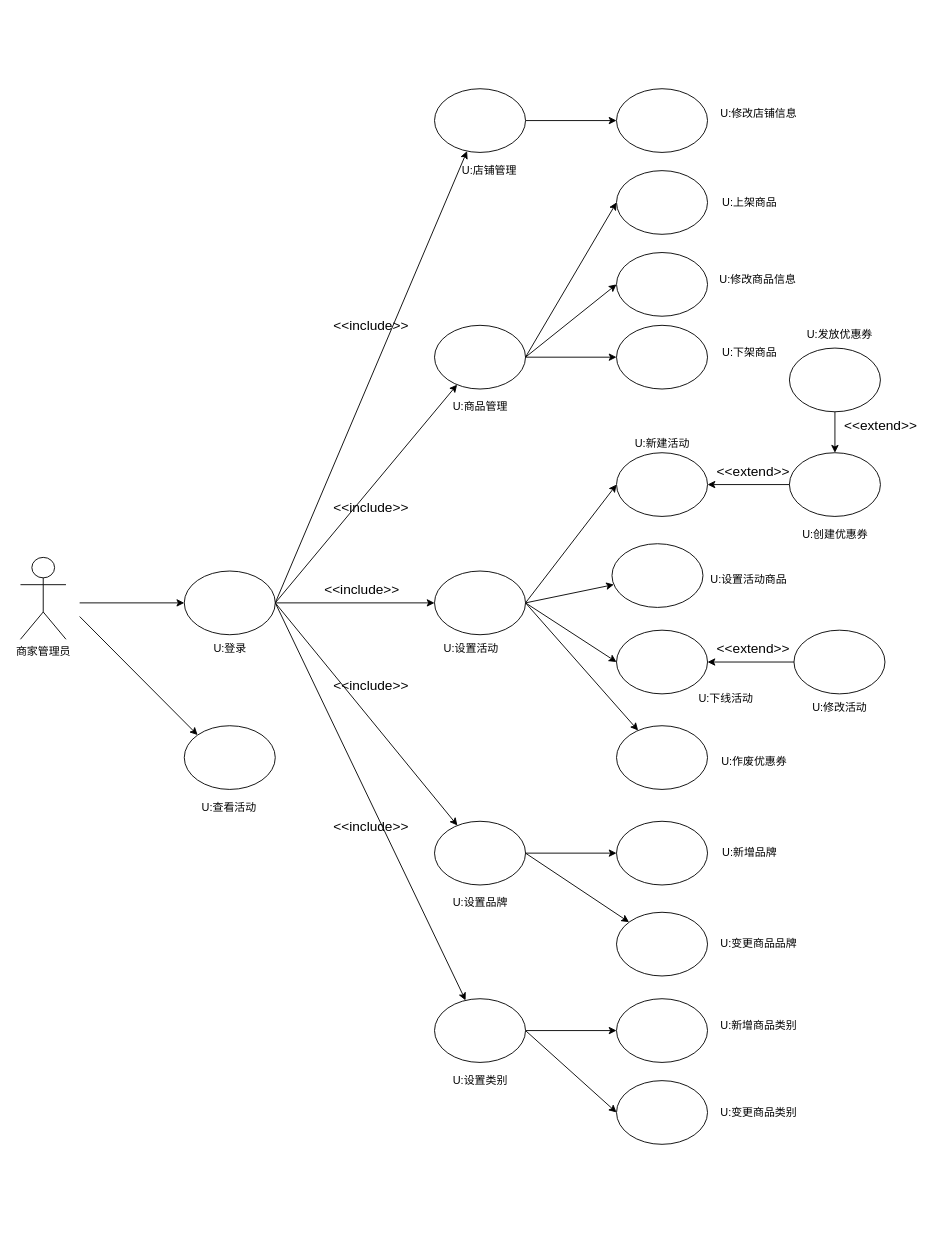
Above: 软工导论小组作业/需求建模之用例模型（商品模块-商家管理员）.drawio in app1echip/grams (draw.io), before the change. Source tidied: cells renumbered, new cells numbered last; positions are measured from the earlier drawing's top-left corner, leaving out a move shared by most shapes. Both pictures are drawn from the tidied source at 91%, with x=0, y=0 at pixel (20, 88).
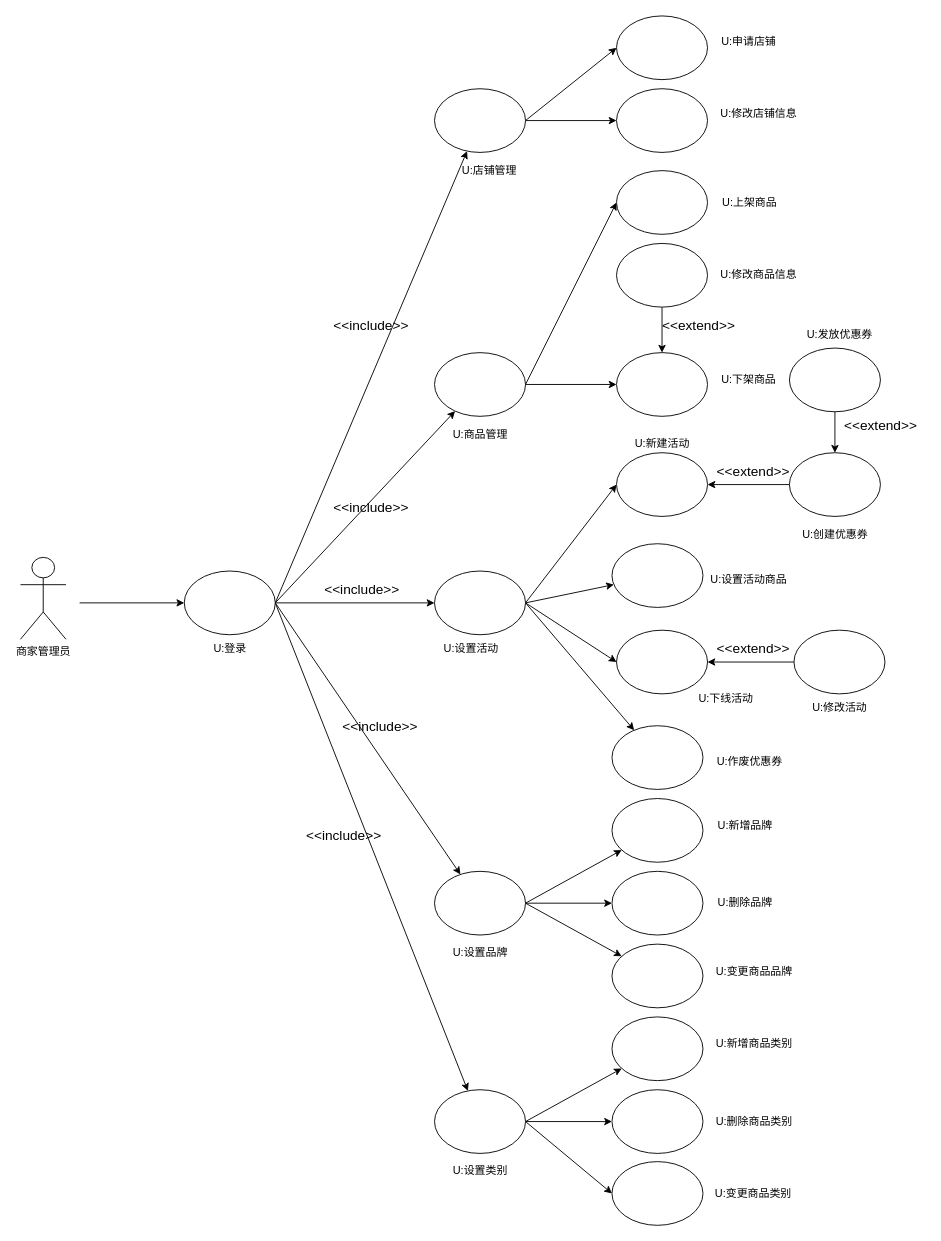
The same page after the edit.

Commit message:
Update 需求建模之用例模型（商品模块-商家管理员）.drawio

Unchanged cells that the change refers to:
```xml
<mxCell id="16" style="ellipse;whiteSpace=wrap;html=1;" parent="1" vertex="1">
  <mxGeometry x="455" width="100" height="70" as="geometry" />
</mxCell>
```

Change to the diagram source:
```diff
@@
     <mxCell id="5" style="ellipse;whiteSpace=wrap;html=1;" parent="1" vertex="1">
-      <mxGeometry x="455" y="260" width="100" height="70" as="geometry" />
+      <mxGeometry x="455" y="290" width="100" height="70" as="geometry" />
     </mxCell>
@@
     <mxCell id="7" style="ellipse;whiteSpace=wrap;html=1;" parent="1" vertex="1">
-      <mxGeometry x="655" y="260" width="100" height="70" as="geometry" />
+      <mxGeometry x="655" y="290" width="100" height="70" as="geometry" />
     </mxCell>
@@
-    <mxCell id="12" style="edgeStyle=none;rounded=0;jettySize=auto;html=1;startArrow=classic;startFill=1;endArrow=none;endFill=0;exitX=0;exitY=0;exitDx=0;exitDy=0;" parent="1" edge="1" source="13">
-      <mxGeometry relative="1" as="geometry">
-        <mxPoint x="65" y="580" as="targetPoint" />
-      </mxGeometry>
-    </mxCell>
-    <mxCell id="13" style="ellipse;whiteSpace=wrap;html=1;" parent="1" vertex="1">
-      <mxGeometry x="180" y="700" width="100" height="70" as="geometry" />
-    </mxCell>
@@
+    <mxCell id="77" style="rounded=0;jettySize=auto;html=1;entryX=0;entryY=0.5;entryDx=0;entryDy=0;exitX=1;exitY=0.5;exitDx=0;exitDy=0;" parent="1" edge="1" source="16" target="82">
+      <mxGeometry relative="1" as="geometry" />
+    </mxCell>
@@
     <mxCell id="18" style="ellipse;whiteSpace=wrap;html=1;" parent="1" vertex="1">
-      <mxGeometry x="655" y="1000" width="100" height="70" as="geometry" />
+      <mxGeometry x="650" y="1020" width="100" height="70" as="geometry" />
     </mxCell>
@@
+    <mxCell id="78" style="edgeStyle=none;rounded=0;jettySize=auto;html=1;entryX=0;entryY=0.5;entryDx=0;entryDy=0;" parent="1" edge="1" source="21" target="85">
+      <mxGeometry relative="1" as="geometry" />
+    </mxCell>
     <mxCell id="21" style="ellipse;whiteSpace=wrap;html=1;" parent="1" vertex="1">
-      <mxGeometry x="455" y="1000" width="100" height="70" as="geometry" />
+      <mxGeometry x="455" y="1100" width="100" height="70" as="geometry" />
     </mxCell>
@@
     <mxCell id="23" style="ellipse;whiteSpace=wrap;html=1;" parent="1" vertex="1">
-      <mxGeometry x="655" y="905" width="100" height="70" as="geometry" />
+      <mxGeometry x="650" y="940" width="100" height="70" as="geometry" />
     </mxCell>
@@
+    <mxCell id="79" style="edgeStyle=none;rounded=0;jettySize=auto;html=1;entryX=0;entryY=0.5;entryDx=0;entryDy=0;" parent="1" edge="1" source="25" target="84">
+      <mxGeometry relative="1" as="geometry" />
+    </mxCell>
     <mxCell id="25" style="ellipse;whiteSpace=wrap;html=1;" parent="1" vertex="1">
-      <mxGeometry x="455" y="805" width="100" height="70" as="geometry" />
+      <mxGeometry x="455" y="860" width="100" height="70" as="geometry" />
     </mxCell>
@@
     <mxCell id="27" style="ellipse;whiteSpace=wrap;html=1;" parent="1" vertex="1">
-      <mxGeometry x="655" y="700" width="100" height="70" as="geometry" />
+      <mxGeometry x="650" y="700" width="100" height="70" as="geometry" />
     </mxCell>
@@
-    <mxCell id="30" style="edgeStyle=none;rounded=0;jettySize=auto;html=1;entryX=1;entryY=0.5;entryDx=0;entryDy=0;startArrow=classic;startFill=1;endArrow=none;endFill=0;exitX=0;exitY=0.5;exitDx=0;exitDy=0;" parent="1" edge="1" source="31" target="5">
-      <mxGeometry relative="1" as="geometry" />
-    </mxCell>
+    <mxCell id="80" style="edgeStyle=orthogonalEdgeStyle;rounded=0;jettySize=auto;html=1;" parent="1" edge="1" source="31" target="7">
+      <mxGeometry relative="1" as="geometry" />
+    </mxCell>
     <mxCell id="31" style="ellipse;whiteSpace=wrap;html=1;" parent="1" vertex="1">
-      <mxGeometry x="655" y="180" width="100" height="70" as="geometry" />
+      <mxGeometry x="655" y="170" width="100" height="70" as="geometry" />
     </mxCell>
@@
     <mxCell id="36" value="&lt;span&gt;U:&lt;/span&gt;&lt;span&gt;商品管理&lt;/span&gt;" style="text;html=1;align=center;verticalAlign=middle;" parent="1" vertex="1">
-      <mxGeometry x="465" y="340" width="80" height="20" as="geometry" />
+      <mxGeometry x="465" y="370" width="80" height="20" as="geometry" />
     </mxCell>
@@
     <mxCell id="38" value="&lt;span&gt;U:&lt;/span&gt;&lt;span&gt;修改商品信息&lt;/span&gt;" style="text;html=1;align=center;verticalAlign=middle;" parent="1" vertex="1">
-      <mxGeometry x="760" y="200" width="100" height="20" as="geometry" />
+      <mxGeometry x="761" y="195" width="100" height="20" as="geometry" />
     </mxCell>
     <mxCell id="39" value="&lt;span&gt;U:&lt;/span&gt;&lt;span&gt;下架商品&lt;/span&gt;" style="text;html=1;align=center;verticalAlign=middle;" parent="1" vertex="1">
-      <mxGeometry x="761" y="280" width="80" height="20" as="geometry" />
+      <mxGeometry x="760" y="310" width="80" height="20" as="geometry" />
     </mxCell>
@@
     <mxCell id="41" value="&lt;span&gt;U:&lt;/span&gt;&lt;span&gt;新增商品类别&lt;/span&gt;" style="text;html=1;align=center;verticalAlign=middle;" parent="1" vertex="1">
-      <mxGeometry x="761" y="1020" width="100" height="20" as="geometry" />
+      <mxGeometry x="756" y="1040" width="100" height="20" as="geometry" />
     </mxCell>
     <mxCell id="42" value="&lt;span&gt;U:&lt;/span&gt;&lt;span&gt;新增品牌&lt;/span&gt;" style="text;html=1;align=center;verticalAlign=middle;" parent="1" vertex="1">
-      <mxGeometry x="761" y="830" width="80" height="20" as="geometry" />
+      <mxGeometry x="756" y="800" width="80" height="20" as="geometry" />
     </mxCell>
@@
     <mxCell id="44" value="&lt;span&gt;U:&lt;/span&gt;&lt;span&gt;变更商品类别&lt;/span&gt;" style="text;html=1;align=center;verticalAlign=middle;" parent="1" vertex="1">
-      <mxGeometry x="761" y="1115" width="100" height="20" as="geometry" />
+      <mxGeometry x="755" y="1204" width="100" height="20" as="geometry" />
     </mxCell>
     <mxCell id="45" value="&lt;span&gt;U:&lt;/span&gt;&lt;span&gt;变更商品品牌&lt;/span&gt;" style="text;html=1;align=center;verticalAlign=middle;" parent="1" vertex="1">
-      <mxGeometry x="761" y="930" width="100" height="20" as="geometry" />
+      <mxGeometry x="756" y="960" width="100" height="20" as="geometry" />
     </mxCell>
     <mxCell id="46" value="&lt;span&gt;U:&lt;/span&gt;&lt;span&gt;作废优惠券&lt;/span&gt;" style="text;html=1;align=center;verticalAlign=middle;" parent="1" vertex="1">
-      <mxGeometry x="761" y="730" width="90" height="20" as="geometry" />
+      <mxGeometry x="756" y="730" width="90" height="20" as="geometry" />
     </mxCell>
@@
-    <mxCell id="48" value="&lt;span&gt;U:查看&lt;/span&gt;&lt;span&gt;活动&lt;/span&gt;" style="text;html=1;align=center;verticalAlign=middle;" parent="1" vertex="1">
-      <mxGeometry x="189" y="780" width="80" height="20" as="geometry" />
-    </mxCell>
@@
     <mxCell id="50" style="ellipse;whiteSpace=wrap;html=1;" parent="1" vertex="1">
-      <mxGeometry x="655" y="805" width="100" height="70" as="geometry" />
+      <mxGeometry x="650" y="780" width="100" height="70" as="geometry" />
     </mxCell>
@@
     <mxCell id="52" value="&lt;font style=&quot;font-size: 15px&quot;&gt;&amp;lt;&amp;lt;include&amp;gt;&amp;gt;&lt;/font&gt;" style="text;html=1;align=center;verticalAlign=middle;" parent="1" vertex="1">
-      <mxGeometry x="335" y="645" width="100" height="20" as="geometry" />
+      <mxGeometry x="345" y="690" width="100" height="20" as="geometry" />
     </mxCell>
     <mxCell id="53" value="&lt;font style=&quot;font-size: 15px&quot;&gt;&amp;lt;&amp;lt;include&amp;gt;&amp;gt;&lt;/font&gt;" style="text;html=1;align=center;verticalAlign=middle;" parent="1" vertex="1">
-      <mxGeometry x="335" y="800" width="100" height="20" as="geometry" />
+      <mxGeometry x="305" y="810" width="100" height="20" as="geometry" />
     </mxCell>
@@
     <mxCell id="72" value="&lt;span&gt;U:设置&lt;/span&gt;&lt;span&gt;品牌&lt;/span&gt;" style="text;html=1;align=center;verticalAlign=middle;" parent="1" vertex="1">
-      <mxGeometry x="465" y="885" width="80" height="20" as="geometry" />
+      <mxGeometry x="465" y="940" width="80" height="20" as="geometry" />
     </mxCell>
     <mxCell id="73" value="&lt;span&gt;U:设置&lt;/span&gt;&lt;span&gt;类别&lt;/span&gt;" style="text;html=1;align=center;verticalAlign=middle;" parent="1" vertex="1">
-      <mxGeometry x="465" y="1080" width="80" height="20" as="geometry" />
+      <mxGeometry x="465" y="1179" width="80" height="20" as="geometry" />
     </mxCell>
     <mxCell id="74" style="ellipse;whiteSpace=wrap;html=1;" parent="1" vertex="1">
-      <mxGeometry x="655" y="1090" width="100" height="70" as="geometry" />
+      <mxGeometry x="650" y="1179" width="100" height="70" as="geometry" />
     </mxCell>
@@
+    <mxCell id="81" value="&lt;font style=&quot;font-size: 15px&quot;&gt;&amp;lt;&amp;lt;extend&amp;gt;&amp;gt;&lt;/font&gt;" style="text;html=1;align=center;verticalAlign=middle;" parent="1" vertex="1">
+      <mxGeometry x="695" y="250" width="100" height="20" as="geometry" />
+    </mxCell>
+    <mxCell id="82" style="ellipse;whiteSpace=wrap;html=1;" parent="1" vertex="1">
+      <mxGeometry x="655" y="-80" width="100" height="70" as="geometry" />
+    </mxCell>
+    <mxCell id="83" value="&lt;span&gt;U:申请&lt;/span&gt;&lt;span&gt;店铺&lt;/span&gt;&lt;span&gt;&lt;br&gt;&lt;br&gt;&lt;/span&gt;" style="text;html=1;align=center;verticalAlign=middle;" parent="1" vertex="1">
+      <mxGeometry x="760" y="-60" width="80" height="30" as="geometry" />
+    </mxCell>
+    <mxCell id="84" style="ellipse;whiteSpace=wrap;html=1;" parent="1" vertex="1">
+      <mxGeometry x="650" y="860" width="100" height="70" as="geometry" />
+    </mxCell>
+    <mxCell id="85" style="ellipse;whiteSpace=wrap;html=1;" parent="1" vertex="1">
+      <mxGeometry x="650" y="1100" width="100" height="70" as="geometry" />
+    </mxCell>
+    <mxCell id="86" value="&lt;span&gt;U:删除&lt;/span&gt;&lt;span&gt;商品类别&lt;/span&gt;" style="text;html=1;align=center;verticalAlign=middle;" parent="1" vertex="1">
+      <mxGeometry x="756" y="1125" width="100" height="20" as="geometry" />
+    </mxCell>
+    <mxCell id="87" value="&lt;span&gt;U:删除&lt;/span&gt;&lt;span&gt;品牌&lt;/span&gt;" style="text;html=1;align=center;verticalAlign=middle;" parent="1" vertex="1">
+      <mxGeometry x="756" y="885" width="80" height="20" as="geometry" />
+    </mxCell>
```
